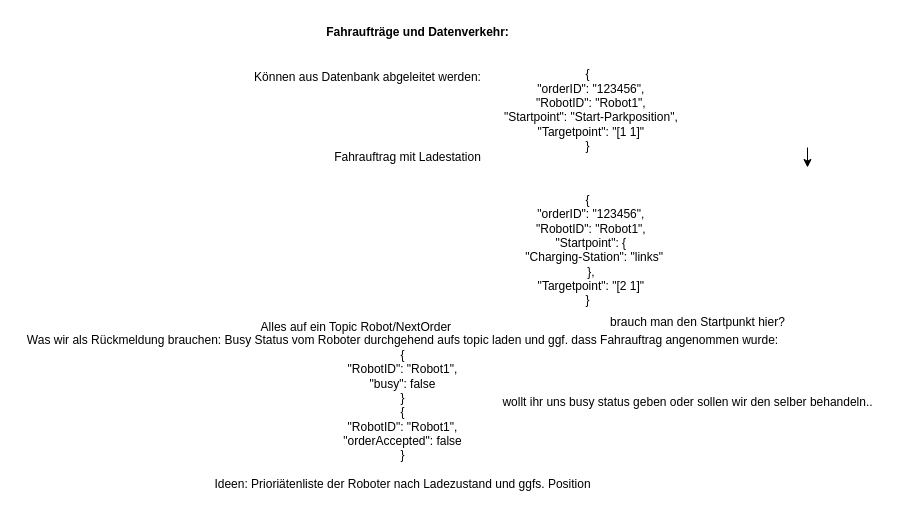
Earlier version of the draw.io diagram Planung/Fahraufträge.drawio (Nuramon4/Gewerk1). Source tidied: cells renumbered, new cells numbered last; positions are measured from the earlier drawing's top-left corner, leaving out a move shared by most shapes. Both pictures are drawn from the tidied source at 100%, with x=0, y=0 at pixel (17, 17).
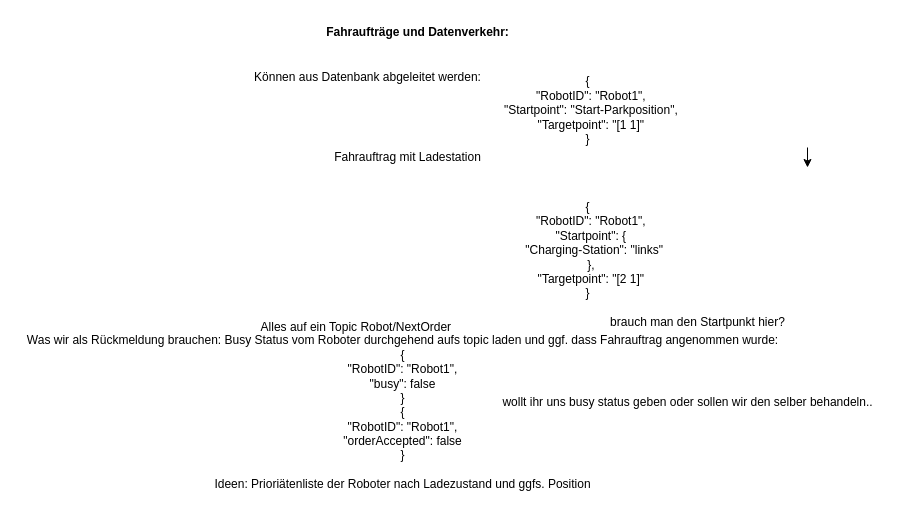
The same page after the edit.

The edit, as a diff of the source:
```diff
@@
 <mxGraphModel>
   <root>
     <mxCell id="0" />
     <mxCell id="1" parent="0" />
     <mxCell id="2" value="&lt;b&gt;Fahraufträge und Datenverkehr:&lt;/b&gt;" style="text;html=1;align=center;verticalAlign=middle;strokeColor=none;fillColor=none;" parent="1" vertex="1">
       <mxGeometry x="295" width="210" height="30" as="geometry" />
     </mxCell>
-    <mxCell id="3" value="&lt;div&gt;{&lt;/div&gt;&lt;div&gt;&amp;nbsp; &quot;orderID&quot;: &quot;123456&quot;,&lt;/div&gt;&lt;div&gt;&amp;nbsp; &quot;RobotID&quot;: &quot;Robot1&quot;,&lt;/div&gt;&lt;div&gt;&amp;nbsp; &quot;Startpoint&quot;: &quot;Start-Parkposition&quot;,&lt;/div&gt;&lt;div&gt;&amp;nbsp; &quot;Targetpoint&quot;: &quot;[1 1]&quot;&lt;/div&gt;&lt;div&gt;}&lt;/div&gt;&lt;div&gt;&lt;br&gt;&lt;/div&gt;" style="text;html=1;align=center;verticalAlign=middle;strokeColor=none;fillColor=none;" parent="1" vertex="1">
-      <mxGeometry x="470" y="45" width="200" height="110" as="geometry" />
+    <mxCell id="3" value="&lt;div&gt;{&lt;/div&gt;&lt;div&gt;&amp;nbsp; &quot;RobotID&quot;: &quot;Robot1&quot;,&lt;/div&gt;&lt;div&gt;&amp;nbsp; &quot;Startpoint&quot;: &quot;Start-Parkposition&quot;,&lt;/div&gt;&lt;div&gt;&amp;nbsp; &quot;Targetpoint&quot;: &quot;[1 1]&quot;&lt;/div&gt;&lt;div&gt;}&lt;/div&gt;&lt;div&gt;&lt;br&gt;&lt;/div&gt;" style="text;html=1;align=center;verticalAlign=middle;strokeColor=none;fillColor=none;" parent="1" vertex="1">
+      <mxGeometry x="470" y="50" width="200" height="100" as="geometry" />
     </mxCell>
     <mxCell id="4" style="edgeStyle=orthogonalEdgeStyle;rounded=0;orthogonalLoop=1;jettySize=auto;html=1;" parent="1" edge="1">
       <mxGeometry relative="1" as="geometry">
         <mxPoint x="790" y="130" as="sourcePoint" />
         <mxPoint x="790" y="150" as="targetPoint" />
       </mxGeometry>
     </mxCell>
-    <mxCell id="5" value="&lt;div&gt;{&lt;/div&gt;&lt;div&gt;&amp;nbsp; &quot;orderID&quot;: &quot;123456&quot;,&lt;/div&gt;&lt;div&gt;&amp;nbsp; &quot;RobotID&quot;: &quot;Robot1&quot;,&lt;/div&gt;&lt;div&gt;&amp;nbsp; &quot;Startpoint&quot;: {&lt;/div&gt;&lt;div&gt;&amp;nbsp; &amp;nbsp; &quot;Charging-Station&quot;: &quot;links&quot;&lt;/div&gt;&lt;div&gt;&amp;nbsp; },&lt;/div&gt;&lt;div&gt;&amp;nbsp; &quot;Targetpoint&quot;: &quot;[2 1]&quot;&lt;/div&gt;&lt;div&gt;}&lt;/div&gt;&lt;div&gt;&lt;br&gt;&lt;/div&gt;" style="text;html=1;align=center;verticalAlign=middle;strokeColor=none;fillColor=none;" parent="1" vertex="1">
-      <mxGeometry x="485" y="170" width="170" height="140" as="geometry" />
+    <mxCell id="5" value="&lt;div&gt;{&lt;/div&gt;&lt;div&gt;&amp;nbsp; &quot;RobotID&quot;: &quot;Robot1&quot;,&lt;/div&gt;&lt;div&gt;&amp;nbsp; &quot;Startpoint&quot;: {&lt;/div&gt;&lt;div&gt;&amp;nbsp; &amp;nbsp; &quot;Charging-Station&quot;: &quot;links&quot;&lt;/div&gt;&lt;div&gt;&amp;nbsp; },&lt;/div&gt;&lt;div&gt;&amp;nbsp; &quot;Targetpoint&quot;: &quot;[2 1]&quot;&lt;/div&gt;&lt;div&gt;}&lt;/div&gt;&lt;div&gt;&lt;br&gt;&lt;/div&gt;" style="text;html=1;align=center;verticalAlign=middle;strokeColor=none;fillColor=none;" parent="1" vertex="1">
+      <mxGeometry x="485" y="175" width="170" height="130" as="geometry" />
     </mxCell>
     <mxCell id="6" value="Fahrauftrag mit Ladestation" style="text;html=1;align=center;verticalAlign=middle;strokeColor=none;fillColor=none;" parent="1" vertex="1">
       <mxGeometry x="305" y="125" width="170" height="30" as="geometry" />
     </mxCell>
     <mxCell id="7" value="Alles auf ein Topic Robot/NextOrder&amp;nbsp;" style="text;html=1;align=center;verticalAlign=middle;strokeColor=none;fillColor=none;" parent="1" vertex="1">
       <mxGeometry x="230" y="295" width="220" height="30" as="geometry" />
     </mxCell>
     <mxCell id="8" value="Was wir als Rückmeldung brauchen: Busy Status vom Roboter durchgehend aufs topic laden und ggf. dass Fahrauftrag angenommen wurde:&lt;br&gt;{&lt;br&gt;&quot;RobotID&quot;: &quot;Robot1&quot;,&lt;br&gt;&quot;busy&quot;: false&lt;br&gt;}&lt;br&gt;{&lt;br&gt;&quot;RobotID&quot;: &quot;Robot1&quot;,&lt;br&gt;&quot;orderAccepted&quot;: false&lt;br&gt;}&lt;br&gt;&lt;br&gt;Ideen: Prioriätenliste der Roboter nach Ladezustand und ggfs. Position" style="text;html=1;align=center;verticalAlign=middle;strokeColor=none;fillColor=none;" parent="1" vertex="1">
       <mxGeometry y="310" width="770" height="170" as="geometry" />
     </mxCell>
     <mxCell id="9" value="brauch man den Startpunkt hier?" style="text;html=1;align=center;verticalAlign=middle;strokeColor=none;fillColor=none;" parent="1" vertex="1">
       <mxGeometry x="580" y="290" width="200" height="30" as="geometry" />
     </mxCell>
     <mxCell id="10" value="wollt ihr uns busy status geben oder sollen wir den selber behandeln.." style="text;html=1;align=center;verticalAlign=middle;strokeColor=none;fillColor=none;" parent="1" vertex="1">
       <mxGeometry x="475" y="370" width="390" height="30" as="geometry" />
     </mxCell>
     <mxCell id="11" value="Können aus Datenbank abgeleitet werden:" style="text;html=1;align=center;verticalAlign=middle;strokeColor=none;fillColor=none;" parent="1" vertex="1">
       <mxGeometry x="225" y="45" width="250" height="30" as="geometry" />
     </mxCell>
   </root>
 </mxGraphModel>
```
